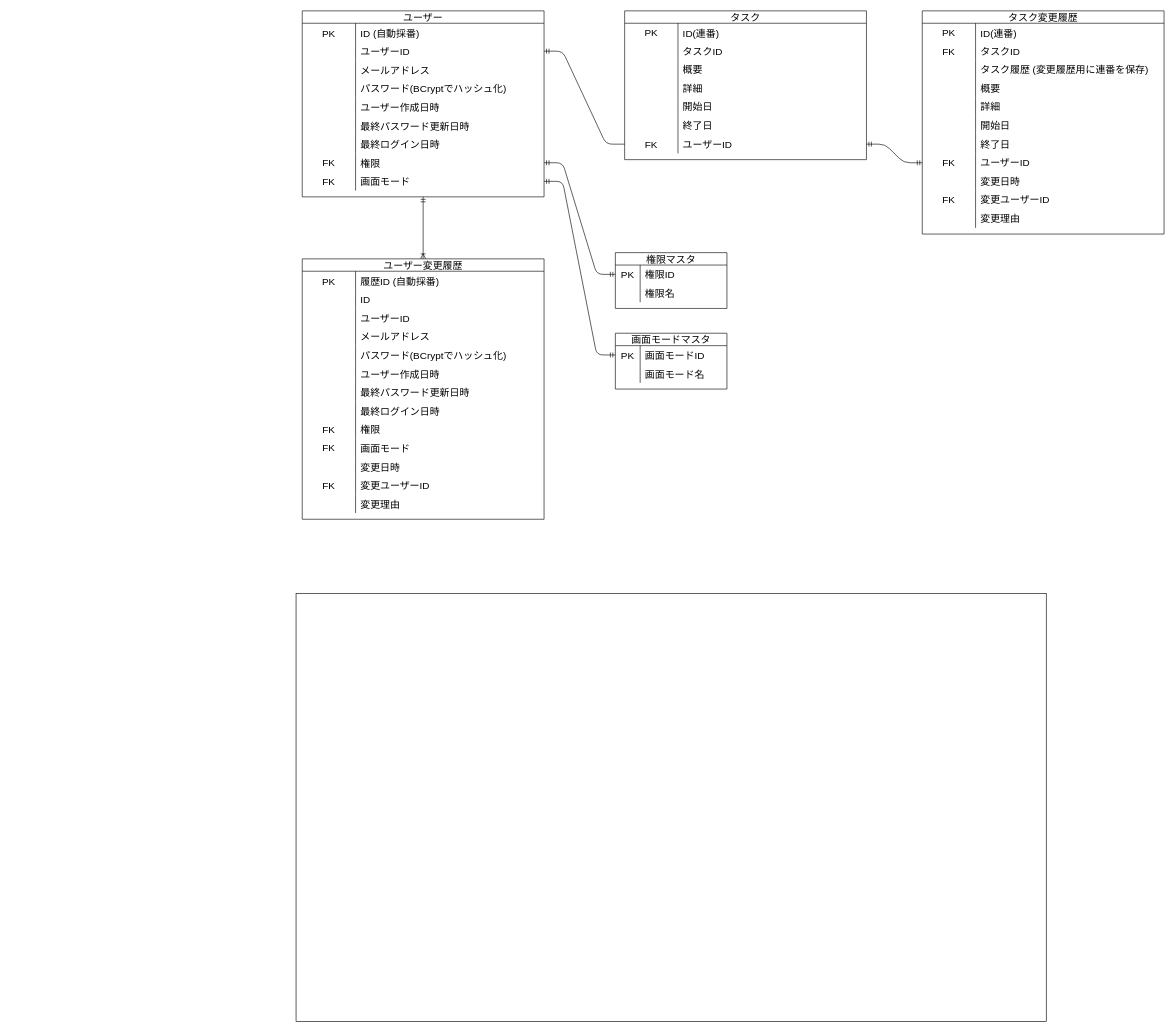
The draw.io diagram 02_基本設計/ER図.drawio in kamiya-daiki/SpringBoot4-Portfolio, before the edit. Source tidied: cells renumbered, new cells numbered last; positions are measured from the earlier drawing's top-left corner, leaving out a move shared by most shapes. Both pictures are drawn from the tidied source at 62%, with x=0, y=0 at pixel (296, 11).
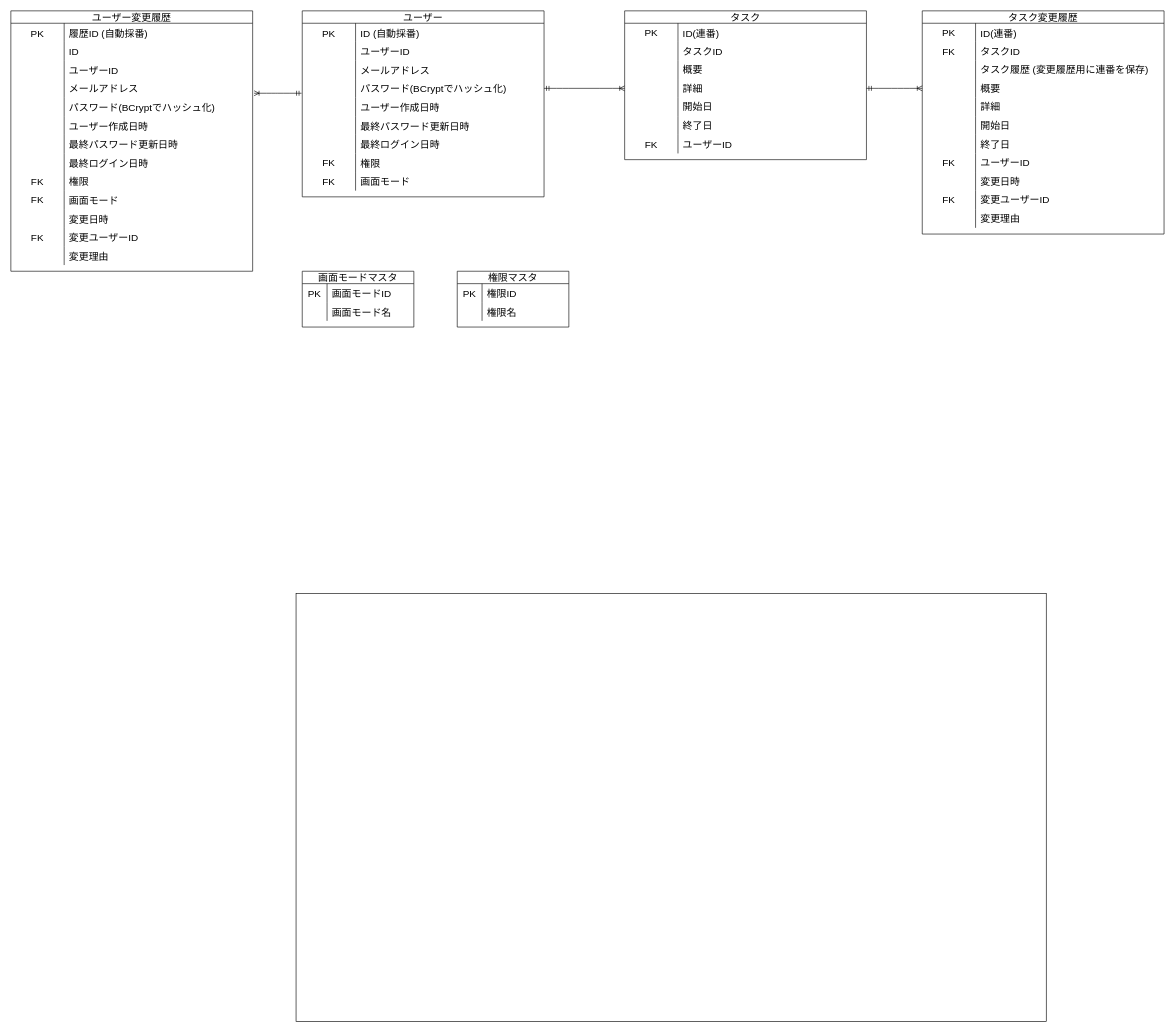
The same diagram, later.

Commit message (it also covers changes not shown here):
- 要件定義書　細かい表記修正 - ER図　カーディナリティ修正

The change refers to these unchanged cells:
```xml
<mxCell id="4" style="shape=tableRow;horizontal=0;startSize=0;swimlaneHead=0;swimlaneBody=0;top=0;left=0;bottom=0;right=0;fillColor=none;points=[[0,0.5],[1,0.5]];portConstraint=eastwest;strokeColor=inherit;fontSize=16;" parent="3" vertex="1">
  <mxGeometry y="20" width="180" height="30" as="geometry" />
</mxCell>
<mxCell id="20" style="shape=tableRow;horizontal=0;startSize=0;swimlaneHead=0;swimlaneBody=0;top=0;left=0;bottom=0;right=0;fillColor=none;points=[[0,0.5],[1,0.5]];portConstraint=eastwest;strokeColor=inherit;fontSize=16;" parent="10" vertex="1">
  <mxGeometry y="110" width="390" height="30" as="geometry" />
</mxCell>
<mxCell id="51" style="shape=tableRow;horizontal=0;startSize=0;swimlaneHead=0;swimlaneBody=0;top=0;left=0;bottom=0;right=0;fillColor=none;points=[[0,0.5],[1,0.5]];portConstraint=eastwest;strokeColor=inherit;fontSize=16;" parent="50" vertex="1">
  <mxGeometry y="20" width="180" height="30" as="geometry" />
</mxCell>
<mxCell id="67" style="shape=tableRow;horizontal=0;startSize=0;swimlaneHead=0;swimlaneBody=0;top=0;left=0;bottom=0;right=0;fillColor=none;points=[[0,0.5],[1,0.5]];portConstraint=eastwest;strokeColor=inherit;fontSize=16;" parent="57" vertex="1">
  <mxGeometry y="110" width="390" height="30" as="geometry" />
</mxCell>
<mxCell id="76" style="shape=tableRow;horizontal=0;startSize=0;swimlaneHead=0;swimlaneBody=0;top=0;left=0;bottom=0;right=0;fillColor=none;points=[[0,0.5],[1,0.5]];portConstraint=eastwest;strokeColor=inherit;fontSize=16;" parent="57" vertex="1">
  <mxGeometry y="200" width="390" height="30" as="geometry" />
</mxCell>
<mxCell id="82" value="ユーザー" style="shape=table;startSize=20;childLayout=tableLayout;rowLines=0;fontStyle=0;strokeColor=default;fontSize=16;swimlaneFillColor=none;fontColor=default;" parent="1" vertex="1">
  <mxGeometry x="10" width="390" height="300" as="geometry" />
</mxCell>
<mxCell id="86" style="shape=tableRow;horizontal=0;startSize=0;swimlaneHead=0;swimlaneBody=0;top=0;left=0;bottom=0;right=0;fillColor=none;points=[[0,0.5],[1,0.5]];portConstraint=eastwest;strokeColor=inherit;fontSize=16;" parent="82" vertex="1">
  <mxGeometry y="50" width="390" height="30" as="geometry" />
</mxCell>
<mxCell id="92" style="shape=tableRow;horizontal=0;startSize=0;swimlaneHead=0;swimlaneBody=0;top=0;left=0;bottom=0;right=0;fillColor=none;points=[[0,0.5],[1,0.5]];portConstraint=eastwest;strokeColor=inherit;fontSize=16;" parent="82" vertex="1">
  <mxGeometry y="110" width="390" height="30" as="geometry" />
</mxCell>
<mxCell id="104" style="shape=tableRow;horizontal=0;startSize=0;swimlaneHead=0;swimlaneBody=0;top=0;left=0;bottom=0;right=0;fillColor=none;points=[[0,0.5],[1,0.5]];portConstraint=eastwest;strokeColor=inherit;fontSize=16;" parent="82" vertex="1">
  <mxGeometry y="230" width="390" height="30" as="geometry" />
</mxCell>
<mxCell id="107" style="shape=tableRow;horizontal=0;startSize=0;swimlaneHead=0;swimlaneBody=0;top=0;left=0;bottom=0;right=0;fillColor=none;points=[[0,0.5],[1,0.5]];portConstraint=eastwest;strokeColor=inherit;fontSize=16;" parent="82" vertex="1">
  <mxGeometry y="260" width="390" height="30" as="geometry" />
</mxCell>
<mxCell id="121" style="shape=tableRow;horizontal=0;startSize=0;swimlaneHead=0;swimlaneBody=0;top=0;left=0;bottom=0;right=0;fillColor=none;points=[[0,0.5],[1,0.5]];portConstraint=eastwest;strokeColor=inherit;fontSize=16;" parent="111" vertex="1">
  <mxGeometry y="110" width="390" height="30" as="geometry" />
</mxCell>
<mxCell id="133" style="shape=tableRow;horizontal=0;startSize=0;swimlaneHead=0;swimlaneBody=0;top=0;left=0;bottom=0;right=0;fillColor=none;points=[[0,0.5],[1,0.5]];portConstraint=eastwest;strokeColor=inherit;fontSize=16;" parent="111" vertex="1">
  <mxGeometry y="230" width="390" height="30" as="geometry" />
</mxCell>
```

The edit, as a diff of the source:
```diff
@@
     <mxCell id="3" value="権限マスタ" style="shape=table;startSize=20;childLayout=tableLayout;rowLines=0;fontStyle=0;strokeColor=default;fontSize=16;swimlaneFillColor=none;fontColor=default;" parent="1" vertex="1">
-      <mxGeometry x="515" y="390" width="180" height="90" as="geometry" />
+      <mxGeometry x="260" y="420" width="180" height="90" as="geometry" />
     </mxCell>
@@
     <mxCell id="10" value="ユーザー変更履歴" style="shape=table;startSize=20;childLayout=tableLayout;rowLines=0;fontStyle=0;strokeColor=default;fontSize=16;swimlaneFillColor=none;fontColor=default;" parent="1" vertex="1">
-      <mxGeometry x="10" y="400" width="390" height="420" as="geometry" />
+      <mxGeometry x="-460" width="390" height="420" as="geometry" />
     </mxCell>
@@
     <mxCell id="50" value="画面モードマスタ" style="shape=table;startSize=20;childLayout=tableLayout;rowLines=0;fontStyle=0;strokeColor=default;fontSize=16;swimlaneFillColor=none;fontColor=default;" parent="1" vertex="1">
-      <mxGeometry x="515" y="520" width="180" height="90" as="geometry" />
+      <mxGeometry x="10" y="420" width="180" height="90" as="geometry" />
     </mxCell>
@@
-    <mxCell id="79" style="edgeStyle=entityRelationEdgeStyle;fontSize=12;html=1;endArrow=ERmandOne;entryX=1;entryY=0.5;entryDx=0;entryDy=0;exitX=0;exitY=0.5;exitDx=0;exitDy=0;" parent="1" edge="1" source="76" target="86">
-      <mxGeometry relative="1" as="geometry" />
-    </mxCell>
-    <mxCell id="80" style="edgeStyle=entityRelationEdgeStyle;fontSize=12;html=1;endArrow=ERmandOne;startArrow=ERmandOne;entryX=0;entryY=0.5;entryDx=0;entryDy=0;exitX=1;exitY=0.5;exitDx=0;exitDy=0;" parent="1" edge="1" source="104" target="4">
-      <mxGeometry relative="1" as="geometry" />
-    </mxCell>
-    <mxCell id="81" style="edgeStyle=entityRelationEdgeStyle;fontSize=12;html=1;endArrow=ERmandOne;startArrow=ERmandOne;entryX=0;entryY=0.5;entryDx=0;entryDy=0;exitX=1;exitY=0.5;exitDx=0;exitDy=0;" parent="1" edge="1" source="107" target="51">
-      <mxGeometry relative="1" as="geometry" />
-    </mxCell>
@@
-    <mxCell id="110" style="fontSize=12;html=1;endArrow=ERoneToMany;startArrow=ERmandOne;exitX=0.5;exitY=1;exitDx=0;exitDy=0;entryX=0.5;entryY=0;entryDx=0;entryDy=0;" parent="1" edge="1" source="82" target="10">
-      <mxGeometry relative="1" as="geometry" />
-    </mxCell>
@@
-    <mxCell id="145" style="edgeStyle=entityRelationEdgeStyle;fontSize=12;html=1;endArrow=ERmandOne;startArrow=ERmandOne;exitX=1;exitY=0.5;exitDx=0;exitDy=0;entryX=0;entryY=0.5;entryDx=0;entryDy=0;" parent="1" edge="1" source="76" target="133">
-      <mxGeometry relative="1" as="geometry" />
-    </mxCell>
+    <mxCell id="146" style="edgeStyle=entityRelationEdgeStyle;fontSize=12;html=1;endArrow=ERoneToMany;startArrow=ERmandOne;exitX=1;exitY=0.5;exitDx=0;exitDy=0;entryX=0;entryY=0.5;entryDx=0;entryDy=0;" parent="1" edge="1" source="92" target="67">
+      <mxGeometry relative="1" as="geometry" />
+    </mxCell>
+    <mxCell id="147" style="edgeStyle=entityRelationEdgeStyle;fontSize=12;html=1;endArrow=ERoneToMany;startArrow=ERmandOne;exitX=1;exitY=0.5;exitDx=0;exitDy=0;entryX=0;entryY=0.5;entryDx=0;entryDy=0;" parent="1" edge="1" source="67" target="121">
+      <mxGeometry relative="1" as="geometry" />
+    </mxCell>
+    <mxCell id="148" style="edgeStyle=entityRelationEdgeStyle;fontSize=12;html=1;endArrow=ERoneToMany;startArrow=ERmandOne;exitX=-0.003;exitY=0.763;exitDx=0;exitDy=0;entryX=1.006;entryY=0.763;entryDx=0;entryDy=0;exitPerimeter=0;entryPerimeter=0;" parent="1" edge="1" source="92" target="20">
+      <mxGeometry relative="1" as="geometry" />
+    </mxCell>
```
